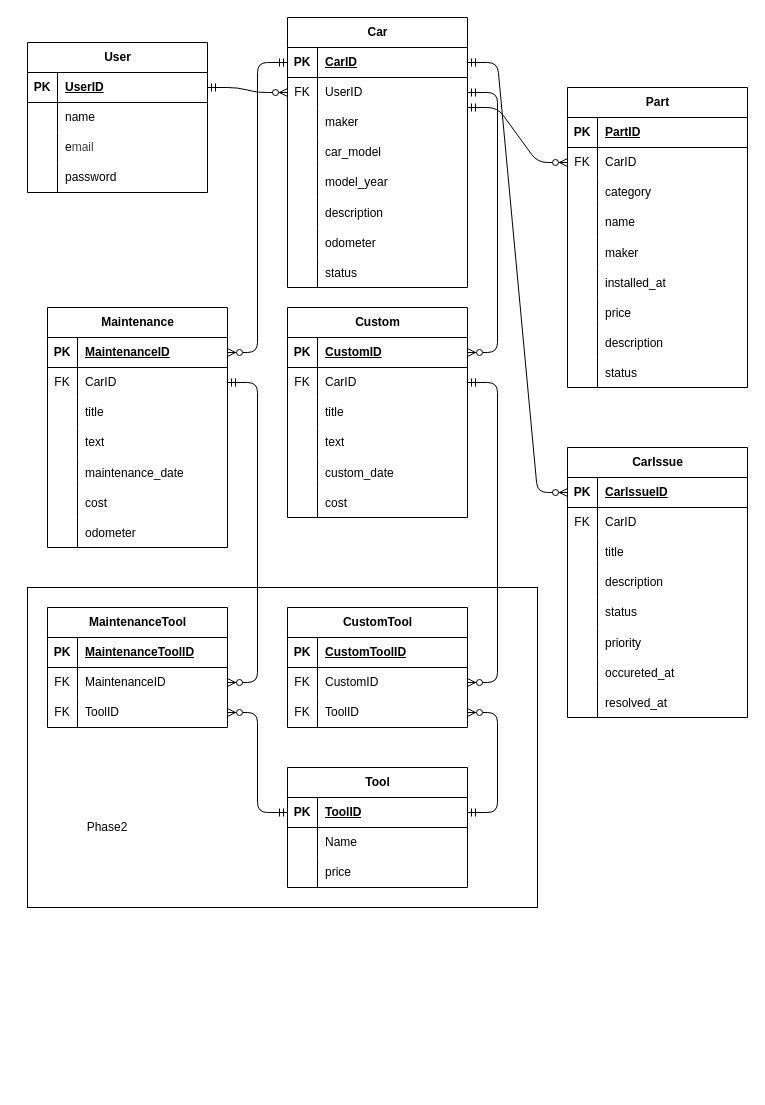
soshimiyata/HealthCar keeps this draw.io diagram as docs/ER図.drawio. Above is the earlier version. Source tidied: cells renumbered, new cells numbered last; positions are measured from the earlier drawing's top-left corner, leaving out a move shared by most shapes. Both pictures are drawn from the tidied source at 100%, with x=0, y=0 at pixel (27, 17).
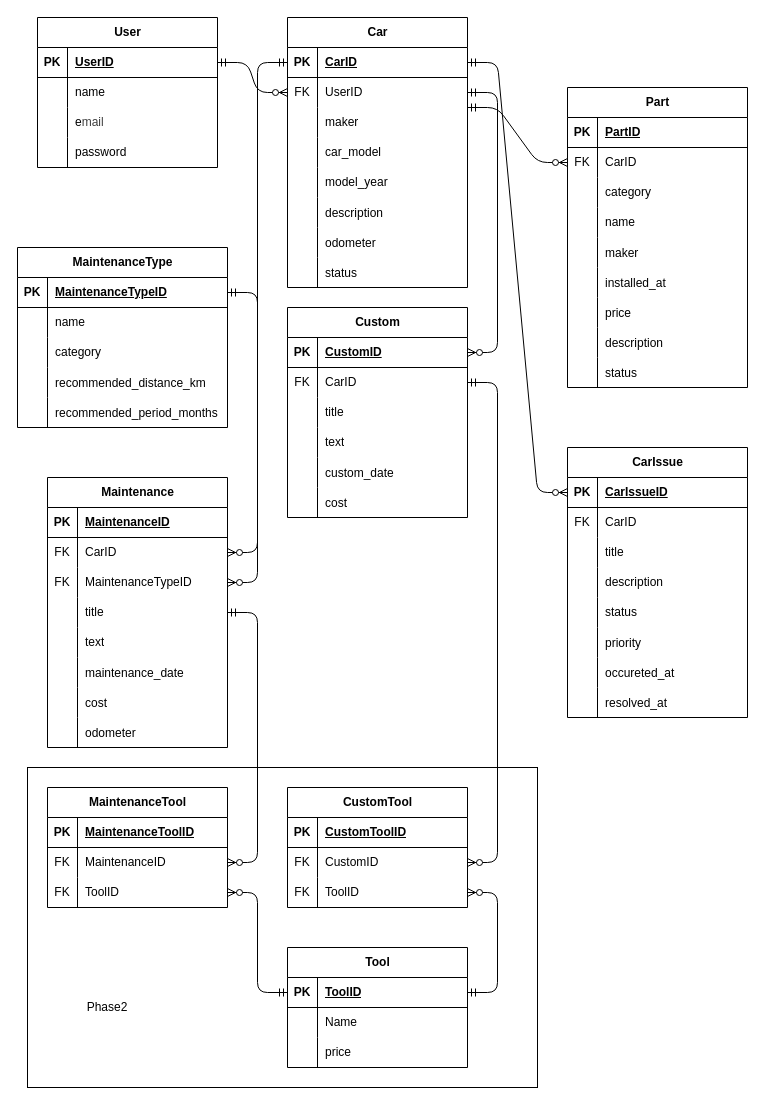
After the change.

Commit message (it also covers changes not shown here):
ERD, table define, function list update

The change refers to these unchanged cells:
```xml
<mxCell id="4" style="shape=tableRow;horizontal=0;startSize=0;swimlaneHead=0;swimlaneBody=0;fillColor=none;points=[[0,0.5],[1,0.5]];portConstraint=eastwest;top=0;left=0;right=0;bottom=1;" parent="3" vertex="1">
  <mxGeometry y="30" width="180" height="30" as="geometry" />
</mxCell>
<mxCell id="29" style="shape=tableRow;horizontal=0;startSize=0;swimlaneHead=0;swimlaneBody=0;fillColor=none;points=[[0,0.5],[1,0.5]];portConstraint=eastwest;top=0;left=0;right=0;bottom=1;" parent="28" vertex="1">
  <mxGeometry y="30" width="180" height="30" as="geometry" />
</mxCell>
<mxCell id="32" style="shape=tableRow;horizontal=0;startSize=0;swimlaneHead=0;swimlaneBody=0;fillColor=none;points=[[0,0.5],[1,0.5]];portConstraint=eastwest;top=0;left=0;right=0;bottom=0;" parent="28" vertex="1">
  <mxGeometry y="60" width="180" height="30" as="geometry" />
</mxCell>
<mxCell id="70" style="shape=tableRow;horizontal=0;startSize=0;swimlaneHead=0;swimlaneBody=0;fillColor=none;points=[[0,0.5],[1,0.5]];portConstraint=eastwest;top=0;left=0;right=0;bottom=1;" parent="69" vertex="1">
  <mxGeometry y="30" width="180" height="30" as="geometry" />
</mxCell>
<mxCell id="96" style="shape=tableRow;horizontal=0;startSize=0;swimlaneHead=0;swimlaneBody=0;fillColor=none;points=[[0,0.5],[1,0.5]];portConstraint=eastwest;top=0;left=0;right=0;bottom=0;" parent="92" vertex="1">
  <mxGeometry y="60" width="180" height="30" as="geometry" />
</mxCell>
<mxCell id="99" style="shape=tableRow;horizontal=0;startSize=0;swimlaneHead=0;swimlaneBody=0;fillColor=none;points=[[0,0.5],[1,0.5]];portConstraint=eastwest;top=0;left=0;right=0;bottom=0;" parent="92" vertex="1">
  <mxGeometry y="90" width="180" height="30" as="geometry" />
</mxCell>
<mxCell id="109" style="shape=tableRow;horizontal=0;startSize=0;swimlaneHead=0;swimlaneBody=0;fillColor=none;points=[[0,0.5],[1,0.5]];portConstraint=eastwest;top=0;left=0;right=0;bottom=0;" parent="102" vertex="1">
  <mxGeometry y="90" width="180" height="30" as="geometry" />
</mxCell>
```

Diff of the diagram source:
```diff
@@
     <mxCell id="2" style="rounded=0;whiteSpace=wrap;html=1;" parent="1" vertex="1">
-      <mxGeometry y="570" width="510" height="320" as="geometry" />
+      <mxGeometry y="750" width="510" height="320" as="geometry" />
     </mxCell>
@@
     <mxCell id="28" value="Maintenance" style="shape=table;startSize=30;childLayout=tableLayout;rowLines=0;fontStyle=1;align=center;html=1;" parent="1" vertex="1">
-      <mxGeometry x="20" y="290" width="180" height="240" as="geometry" />
+      <mxGeometry x="20" y="460" width="180" height="270" as="geometry" />
     </mxCell>
@@
+    <mxCell id="175" style="shape=tableRow;horizontal=0;startSize=0;swimlaneHead=0;swimlaneBody=0;fillColor=none;points=[[0,0.5],[1,0.5]];portConstraint=eastwest;top=0;left=0;right=0;bottom=0;" parent="28" vertex="1">
+      <mxGeometry y="90" width="180" height="30" as="geometry" />
+    </mxCell>
+    <mxCell id="176" value="FK" style="shape=partialRectangle;fillColor=none;top=0;left=0;bottom=0;right=0;fontStyle=0;overflow=hidden;whiteSpace=wrap;html=1;" parent="175" vertex="1">
+      <mxGeometry width="30" height="30" as="geometry" />
+    </mxCell>
+    <mxCell id="177" value="MaintenanceTypeID" style="shape=partialRectangle;fillColor=none;top=0;left=0;bottom=0;right=0;align=left;spacingLeft=6;fontStyle=0;overflow=hidden;whiteSpace=wrap;html=1;" parent="175" vertex="1">
+      <mxGeometry x="30" width="150" height="30" as="geometry" />
+    </mxCell>
     <mxCell id="35" style="shape=tableRow;horizontal=0;startSize=0;swimlaneHead=0;swimlaneBody=0;fillColor=none;points=[[0,0.5],[1,0.5]];portConstraint=eastwest;top=0;left=0;right=0;bottom=0;" parent="28" vertex="1">
-      <mxGeometry y="90" width="180" height="30" as="geometry" />
+      <mxGeometry y="120" width="180" height="30" as="geometry" />
     </mxCell>
@@
     <mxCell id="38" style="shape=tableRow;horizontal=0;startSize=0;swimlaneHead=0;swimlaneBody=0;fillColor=none;top=0;left=0;right=0;bottom=0;" parent="28" vertex="1">
-      <mxGeometry y="120" width="180" height="30" as="geometry" />
+      <mxGeometry y="150" width="180" height="30" as="geometry" />
     </mxCell>
@@
     <mxCell id="41" style="shape=tableRow;horizontal=0;startSize=0;swimlaneHead=0;swimlaneBody=0;fillColor=none;top=0;left=0;right=0;bottom=0;" parent="28" vertex="1">
-      <mxGeometry y="150" width="180" height="30" as="geometry" />
+      <mxGeometry y="180" width="180" height="30" as="geometry" />
     </mxCell>
@@
     <mxCell id="44" style="shape=tableRow;horizontal=0;startSize=0;swimlaneHead=0;swimlaneBody=0;fillColor=none;top=0;left=0;right=0;bottom=0;" parent="28" vertex="1">
-      <mxGeometry y="180" width="180" height="30" as="geometry" />
+      <mxGeometry y="210" width="180" height="30" as="geometry" />
     </mxCell>
@@
     <mxCell id="47" style="shape=tableRow;horizontal=0;startSize=0;swimlaneHead=0;swimlaneBody=0;fillColor=none;top=0;left=0;right=0;bottom=0;" parent="28" vertex="1">
-      <mxGeometry y="210" width="180" height="30" as="geometry" />
+      <mxGeometry y="240" width="180" height="30" as="geometry" />
     </mxCell>
@@
     <mxCell id="69" value="Tool" style="shape=table;startSize=30;childLayout=tableLayout;rowLines=0;fontStyle=1;align=center;html=1;" parent="1" vertex="1">
-      <mxGeometry x="260" y="750" width="180" height="120" as="geometry" />
+      <mxGeometry x="260" y="930" width="180" height="120" as="geometry" />
     </mxCell>
@@
     <mxCell id="79" value="User" style="shape=table;startSize=30;childLayout=tableLayout;rowLines=0;fontStyle=1;align=center;html=1;" parent="1" vertex="1">
-      <mxGeometry y="25" width="180" height="150" as="geometry" />
+      <mxGeometry x="10" width="180" height="150" as="geometry" />
     </mxCell>
@@
     <mxCell id="92" value="MaintenanceTool" style="shape=table;startSize=30;childLayout=tableLayout;rowLines=0;fontStyle=1;align=center;html=1;" parent="1" vertex="1">
-      <mxGeometry x="20" y="590" width="180" height="120" as="geometry" />
+      <mxGeometry x="20" y="770" width="180" height="120" as="geometry" />
     </mxCell>
@@
     <mxCell id="102" value="CustomTool" style="shape=table;startSize=30;childLayout=tableLayout;rowLines=0;fontStyle=1;align=center;html=1;" parent="1" vertex="1">
-      <mxGeometry x="260" y="590" width="180" height="120" as="geometry" />
+      <mxGeometry x="260" y="770" width="180" height="120" as="geometry" />
     </mxCell>
@@
-    <mxCell id="166" style="edgeStyle=entityRelationEdgeStyle;fontSize=12;html=1;endArrow=ERzeroToMany;startArrow=ERmandOne;entryX=1;entryY=0.5;entryDx=0;entryDy=0;exitX=0;exitY=0.5;exitDx=0;exitDy=0;" parent="1" edge="1" source="4" target="29">
+    <mxCell id="166" style="edgeStyle=entityRelationEdgeStyle;fontSize=12;html=1;endArrow=ERzeroToMany;startArrow=ERmandOne;entryX=1;entryY=0.5;entryDx=0;entryDy=0;exitX=0;exitY=0.5;exitDx=0;exitDy=0;" parent="1" edge="1" source="4" target="32">
       <mxGeometry relative="1" as="geometry" />
     </mxCell>
@@
-    <mxCell id="170" style="edgeStyle=entityRelationEdgeStyle;fontSize=12;html=1;endArrow=ERzeroToMany;startArrow=ERmandOne;exitX=1;exitY=0.5;exitDx=0;exitDy=0;entryX=1;entryY=0.5;entryDx=0;entryDy=0;" parent="1" edge="1" target="96">
-      <mxGeometry relative="1" as="geometry">
-        <mxPoint x="200" y="365" as="sourcePoint" />
-      </mxGeometry>
+    <mxCell id="170" style="edgeStyle=entityRelationEdgeStyle;fontSize=12;html=1;endArrow=ERzeroToMany;startArrow=ERmandOne;exitX=1;exitY=0.5;exitDx=0;exitDy=0;entryX=1;entryY=0.5;entryDx=0;entryDy=0;" parent="1" edge="1" source="35" target="96">
+      <mxGeometry relative="1" as="geometry" />
     </mxCell>
     <mxCell id="171" style="edgeStyle=entityRelationEdgeStyle;fontSize=12;html=1;endArrow=ERzeroToMany;startArrow=ERmandOne;exitX=0;exitY=0.5;exitDx=0;exitDy=0;entryX=1;entryY=0.5;entryDx=0;entryDy=0;" parent="1" edge="1" source="70" target="99">
       <mxGeometry relative="1" as="geometry">
         <Array as="points">
-          <mxPoint x="870" y="835" />
+          <mxPoint x="870" y="1015" />
         </Array>
       </mxGeometry>
     </mxCell>
@@
     <mxCell id="173" style="edgeStyle=entityRelationEdgeStyle;fontSize=12;html=1;endArrow=ERzeroToMany;startArrow=ERmandOne;exitX=1;exitY=0.5;exitDx=0;exitDy=0;entryX=1;entryY=0.5;entryDx=0;entryDy=0;" parent="1" edge="1" source="70" target="109">
       <mxGeometry relative="1" as="geometry">
         <Array as="points">
-          <mxPoint x="1020" y="915" />
+          <mxPoint x="1020" y="1095" />
         </Array>
       </mxGeometry>
     </mxCell>
     <mxCell id="174" value="Phase2" style="text;html=1;align=center;verticalAlign=middle;whiteSpace=wrap;rounded=0;" parent="1" vertex="1">
-      <mxGeometry x="50" y="795" width="60" height="30" as="geometry" />
+      <mxGeometry x="50" y="975" width="60" height="30" as="geometry" />
     </mxCell>
+    <mxCell id="178" value="MaintenanceType" style="shape=table;startSize=30;childLayout=tableLayout;rowLines=0;fontStyle=1;align=center;html=1;" parent="1" vertex="1">
+      <mxGeometry x="-10" y="230" width="210" height="180" as="geometry" />
+    </mxCell>
+    <mxCell id="179" style="shape=tableRow;horizontal=0;startSize=0;swimlaneHead=0;swimlaneBody=0;fillColor=none;points=[[0,0.5],[1,0.5]];portConstraint=eastwest;top=0;left=0;right=0;bottom=1;" parent="178" vertex="1">
+      <mxGeometry y="30" width="210" height="30" as="geometry" />
+    </mxCell>
+    <mxCell id="180" value="PK" style="shape=partialRectangle;fillColor=none;top=0;left=0;bottom=0;right=0;fontStyle=1;overflow=hidden;whiteSpace=wrap;html=1;" parent="179" vertex="1">
+      <mxGeometry width="30" height="30" as="geometry" />
+    </mxCell>
+    <mxCell id="181" value="MaintenanceTypeID" style="shape=partialRectangle;fillColor=none;top=0;left=0;bottom=0;right=0;align=left;spacingLeft=6;fontStyle=5;overflow=hidden;whiteSpace=wrap;html=1;" parent="179" vertex="1">
+      <mxGeometry x="30" width="180" height="30" as="geometry" />
+    </mxCell>
+    <mxCell id="182" style="shape=tableRow;horizontal=0;startSize=0;swimlaneHead=0;swimlaneBody=0;fillColor=none;top=0;left=0;right=0;bottom=0;" parent="178" vertex="1">
+      <mxGeometry y="60" width="210" height="30" as="geometry" />
+    </mxCell>
+    <mxCell id="183" style="shape=partialRectangle;fillColor=none;top=0;left=0;bottom=0;right=0;overflow=hidden;whiteSpace=wrap;html=1;" parent="182" vertex="1">
+      <mxGeometry width="30" height="30" as="geometry" />
+    </mxCell>
+    <mxCell id="184" value="name" style="shape=partialRectangle;fillColor=none;top=0;left=0;bottom=0;right=0;align=left;spacingLeft=6;overflow=hidden;whiteSpace=wrap;html=1;" parent="182" vertex="1">
+      <mxGeometry x="30" width="180" height="30" as="geometry" />
+    </mxCell>
+    <mxCell id="185" style="shape=tableRow;horizontal=0;startSize=0;swimlaneHead=0;swimlaneBody=0;fillColor=none;top=0;left=0;right=0;bottom=0;" parent="178" vertex="1">
+      <mxGeometry y="90" width="210" height="30" as="geometry" />
+    </mxCell>
+    <mxCell id="186" style="shape=partialRectangle;fillColor=none;top=0;left=0;bottom=0;right=0;overflow=hidden;whiteSpace=wrap;html=1;" parent="185" vertex="1">
+      <mxGeometry width="30" height="30" as="geometry" />
+    </mxCell>
+    <mxCell id="187" value="category" style="shape=partialRectangle;fillColor=none;top=0;left=0;bottom=0;right=0;align=left;spacingLeft=6;overflow=hidden;whiteSpace=wrap;html=1;" parent="185" vertex="1">
+      <mxGeometry x="30" width="180" height="30" as="geometry" />
+    </mxCell>
+    <mxCell id="188" style="shape=tableRow;horizontal=0;startSize=0;swimlaneHead=0;swimlaneBody=0;fillColor=none;top=0;left=0;right=0;bottom=0;" parent="178" vertex="1">
+      <mxGeometry y="120" width="210" height="30" as="geometry" />
+    </mxCell>
+    <mxCell id="189" style="shape=partialRectangle;fillColor=none;top=0;left=0;bottom=0;right=0;overflow=hidden;" parent="188" vertex="1">
+      <mxGeometry width="30" height="30" as="geometry" />
+    </mxCell>
+    <mxCell id="190" value="recommended_distance_km" style="shape=partialRectangle;fillColor=none;top=0;left=0;bottom=0;right=0;align=left;spacingLeft=6;overflow=hidden;" parent="188" vertex="1">
+      <mxGeometry x="30" width="180" height="30" as="geometry" />
+    </mxCell>
+    <mxCell id="191" style="shape=tableRow;horizontal=0;startSize=0;swimlaneHead=0;swimlaneBody=0;fillColor=none;top=0;left=0;right=0;bottom=0;" parent="178" vertex="1">
+      <mxGeometry y="150" width="210" height="30" as="geometry" />
+    </mxCell>
+    <mxCell id="192" style="shape=partialRectangle;fillColor=none;top=0;left=0;bottom=0;right=0;overflow=hidden;" parent="191" vertex="1">
+      <mxGeometry width="30" height="30" as="geometry" />
+    </mxCell>
+    <mxCell id="193" value="recommended_period_months" style="shape=partialRectangle;fillColor=none;top=0;left=0;bottom=0;right=0;align=left;spacingLeft=6;overflow=hidden;" parent="191" vertex="1">
+      <mxGeometry x="30" width="180" height="30" as="geometry" />
+    </mxCell>
+    <mxCell id="194" style="edgeStyle=entityRelationEdgeStyle;fontSize=12;html=1;endArrow=ERzeroToMany;startArrow=ERmandOne;exitX=1;exitY=0.5;exitDx=0;exitDy=0;entryX=1;entryY=0.5;entryDx=0;entryDy=0;" parent="1" edge="1" source="179" target="175">
+      <mxGeometry relative="1" as="geometry" />
+    </mxCell>
```
